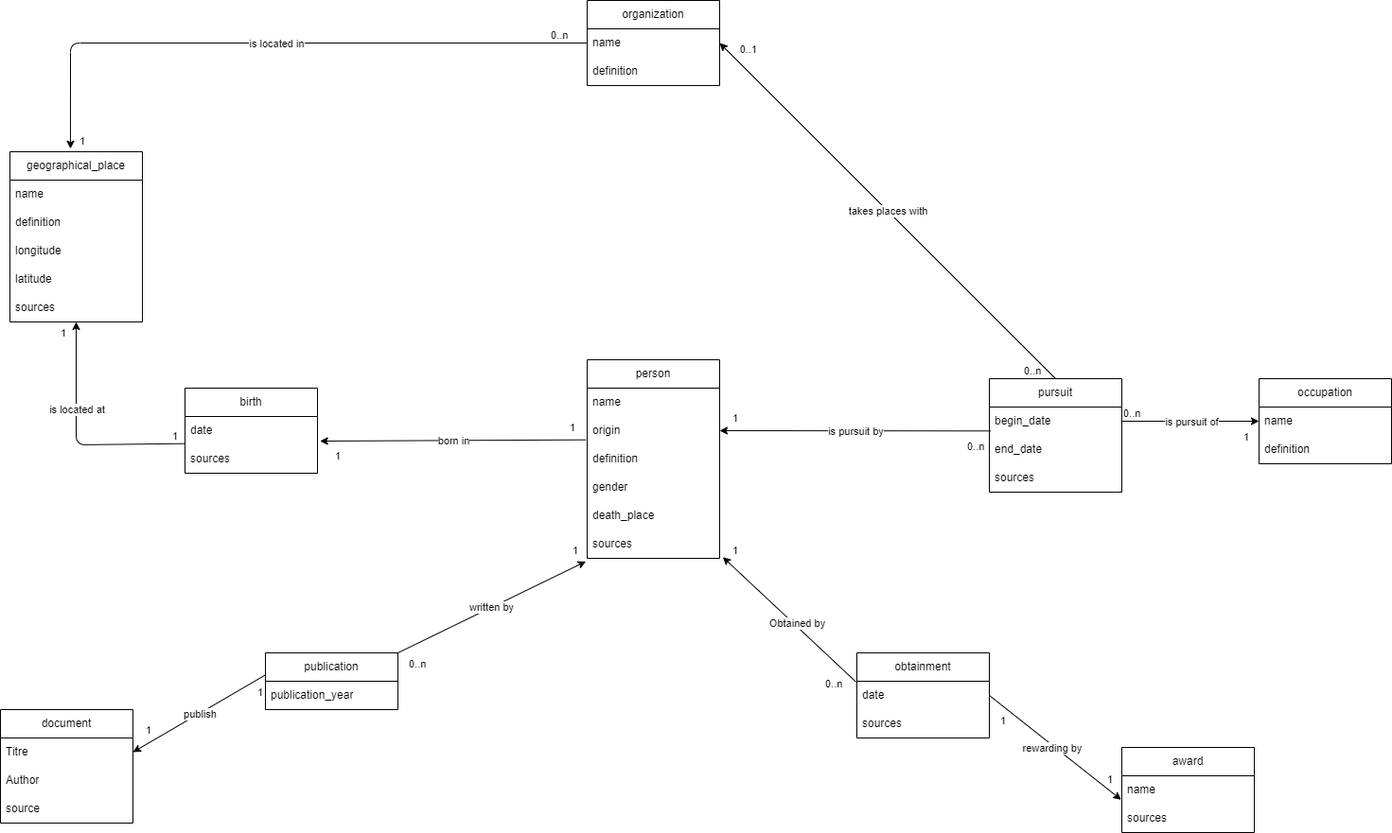
Before: diagramme/diagramme.png, a diagram exported from draw.io (Raphix93/2HS2179_militants-pour-la-paix). Source tidied: cells renumbered, new cells last; positions are measured from the earlier drawing's top-left corner, leaving out a move shared by most shapes.
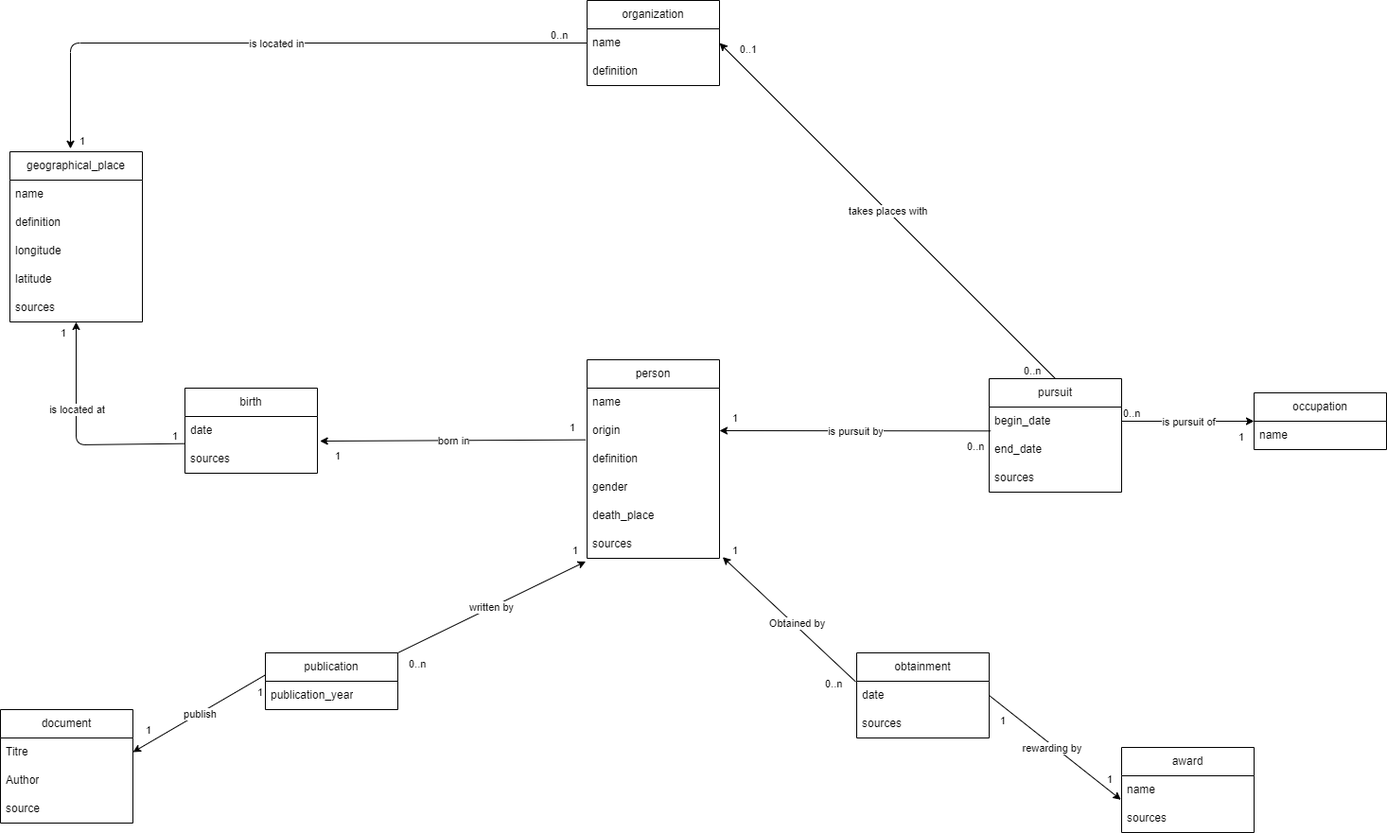
Above is the later version.

What changed in the source:
```diff
@@ -78,15 +78,12 @@
       <mxGeometry y="60" width="140" height="30" as="geometry" />
     </mxCell>
     <mxCell id="27" value="occupation" style="swimlane;fontStyle=0;horizontal=1;startSize=30;whiteSpace=wrap;html=1;" parent="1" vertex="1">
-      <mxGeometry x="1330" y="400" width="140" height="90" as="geometry" />
+      <mxGeometry x="1325" y="415" width="140" height="60" as="geometry" />
     </mxCell>
     <mxCell id="28" value="name" style="text;strokeColor=none;fillColor=none;align=left;verticalAlign=middle;spacingLeft=4;spacingRight=4;overflow=hidden;points=[[0,0.5],[1,0.5]];portConstraint=eastwest;whiteSpace=wrap;html=1;" parent="27" vertex="1">
       <mxGeometry y="30" width="140" height="30" as="geometry" />
     </mxCell>
-    <mxCell id="29" value="definition" style="text;strokeColor=none;fillColor=none;align=left;verticalAlign=middle;spacingLeft=4;spacingRight=4;overflow=hidden;whiteSpace=wrap;html=1;" parent="27" vertex="1">
-      <mxGeometry y="60" width="140" height="30" as="geometry" />
-    </mxCell>
-    <mxCell id="30" style="endArrow=classic;html=1;entryX=0;entryY=0.5;entryDx=0;entryDy=0;exitX=1;exitY=0.5;exitDx=0;exitDy=0;" parent="1" edge="1" source="13" target="28">
+    <mxCell id="30" style="endArrow=classic;html=1;entryX=0;entryY=0.5;entryDx=0;entryDy=0;exitX=1;exitY=0.5;exitDx=0;exitDy=0;" parent="1" edge="1" source="13" target="27">
       <mxGeometry relative="1" as="geometry" />
     </mxCell>
     <mxCell id="31" value="is pursuit of" style="edgeLabel;html=1;align=center;verticalAlign=middle;" parent="30" vertex="1">
```
